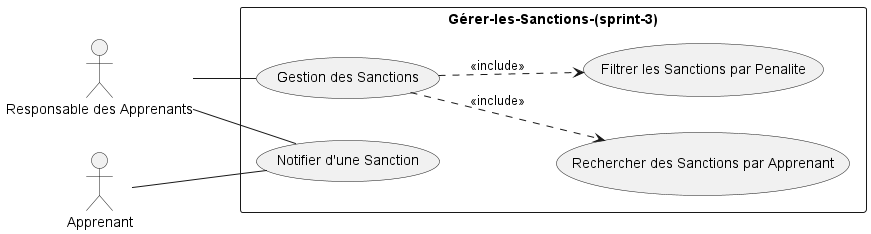
Above: out/Functional Branch/Use Case/Use-Case-Sprint3/Use-Case-Sprint3.png in Tribak-Ayoub/Project-fil-rouge (PlantUML), before the change.
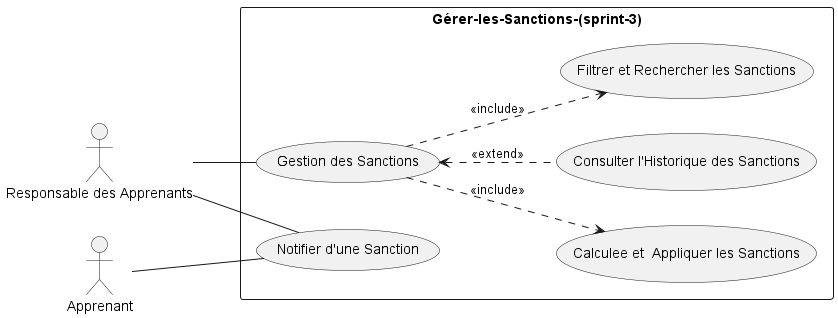
The same diagram one commit later.

What changed in the source:
```diff
@@ -1,20 +1,21 @@
 @startuml
 left to right direction
 actor "Responsable des Apprenants" as Admin
-actor Apprenant
 
 rectangle Gérer-les-Sanctions-(sprint-3) {
+  usecase "Calculee et  Appliquer les Sanctions" as UC2
   usecase "Notifier d'une Sanction" as UC3
+  usecase "Consulter l'Historique des Sanctions" as UC4
   usecase "Gestion des Sanctions" as UC5
-  usecase "Rechercher des Sanctions par Apprenant" as UC6
-  usecase "Filtrer les Sanctions par Penalite" as UC7
+  usecase "Filtrer et Rechercher les Sanctions" as UC7
 }
 
-
+Admin -- UC5
 Admin -- UC3
-Admin -- UC5
 
 Apprenant -- UC3
-UC5 ..> UC6 : <<include>>
+
 UC5 ..> UC7 : <<include>>
+UC5 ..> UC2 : <<include>>
+UC5 <.. UC4 : <<extend>>
 @enduml
```
